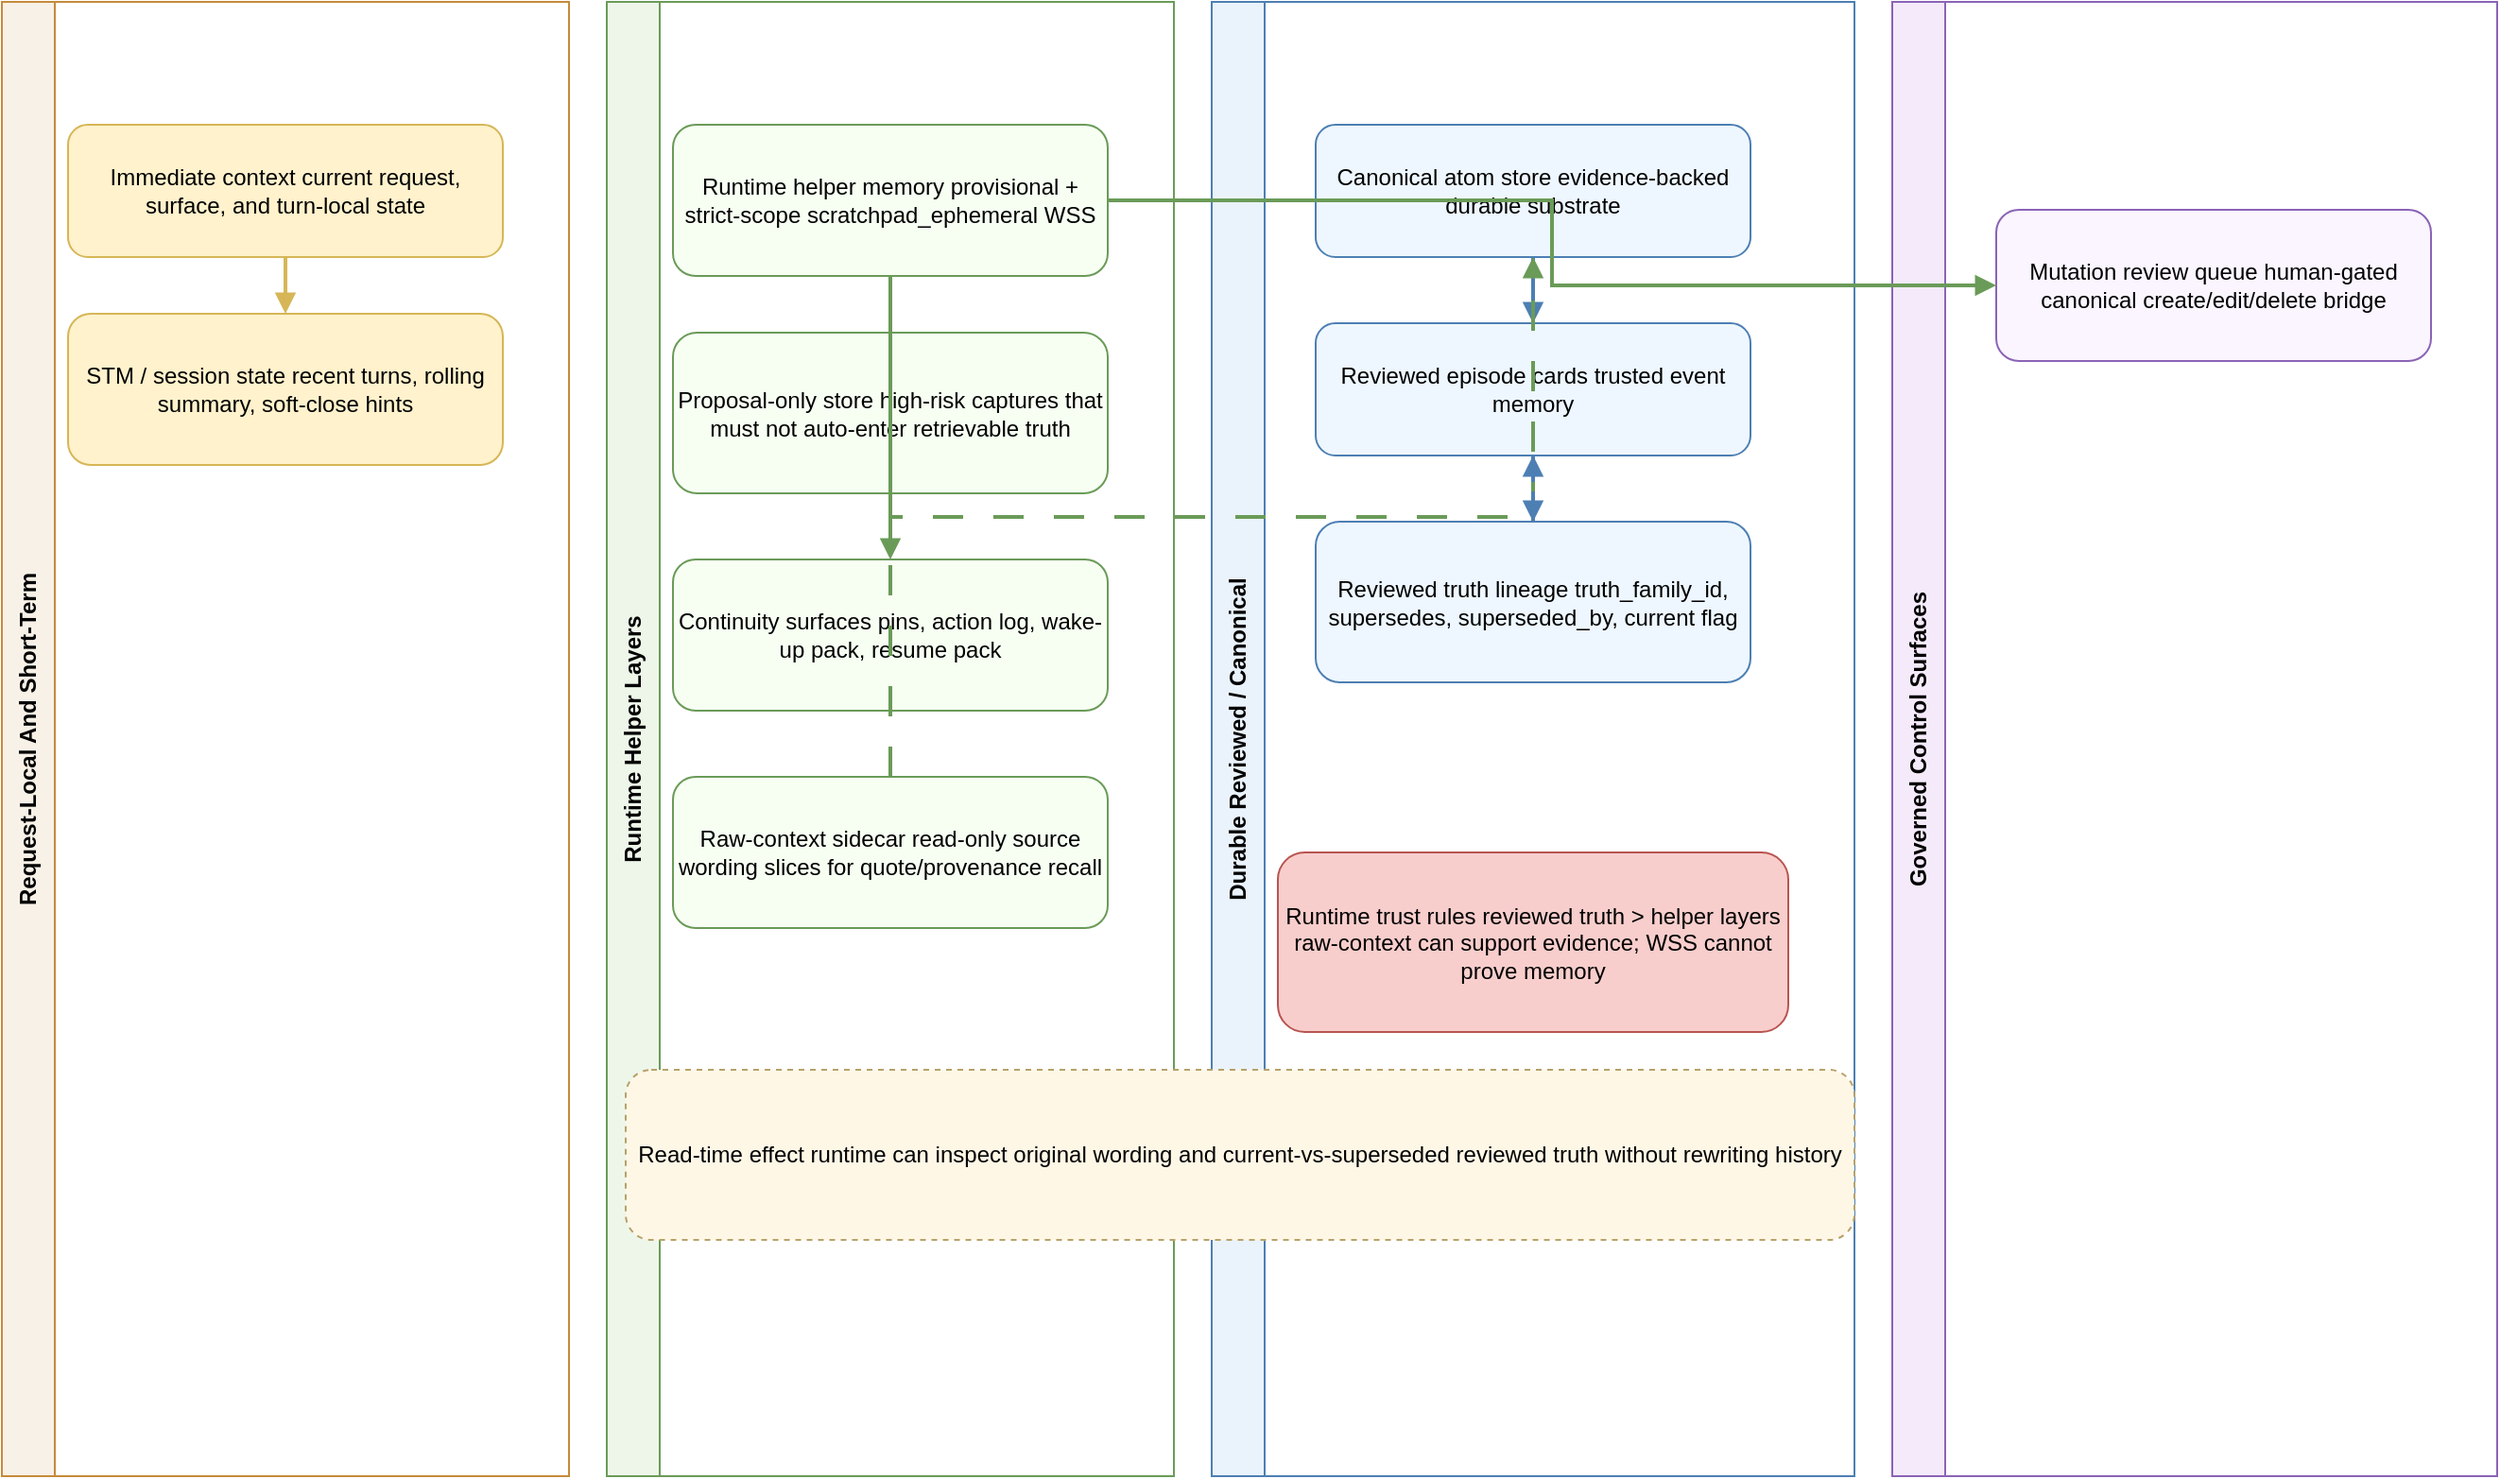
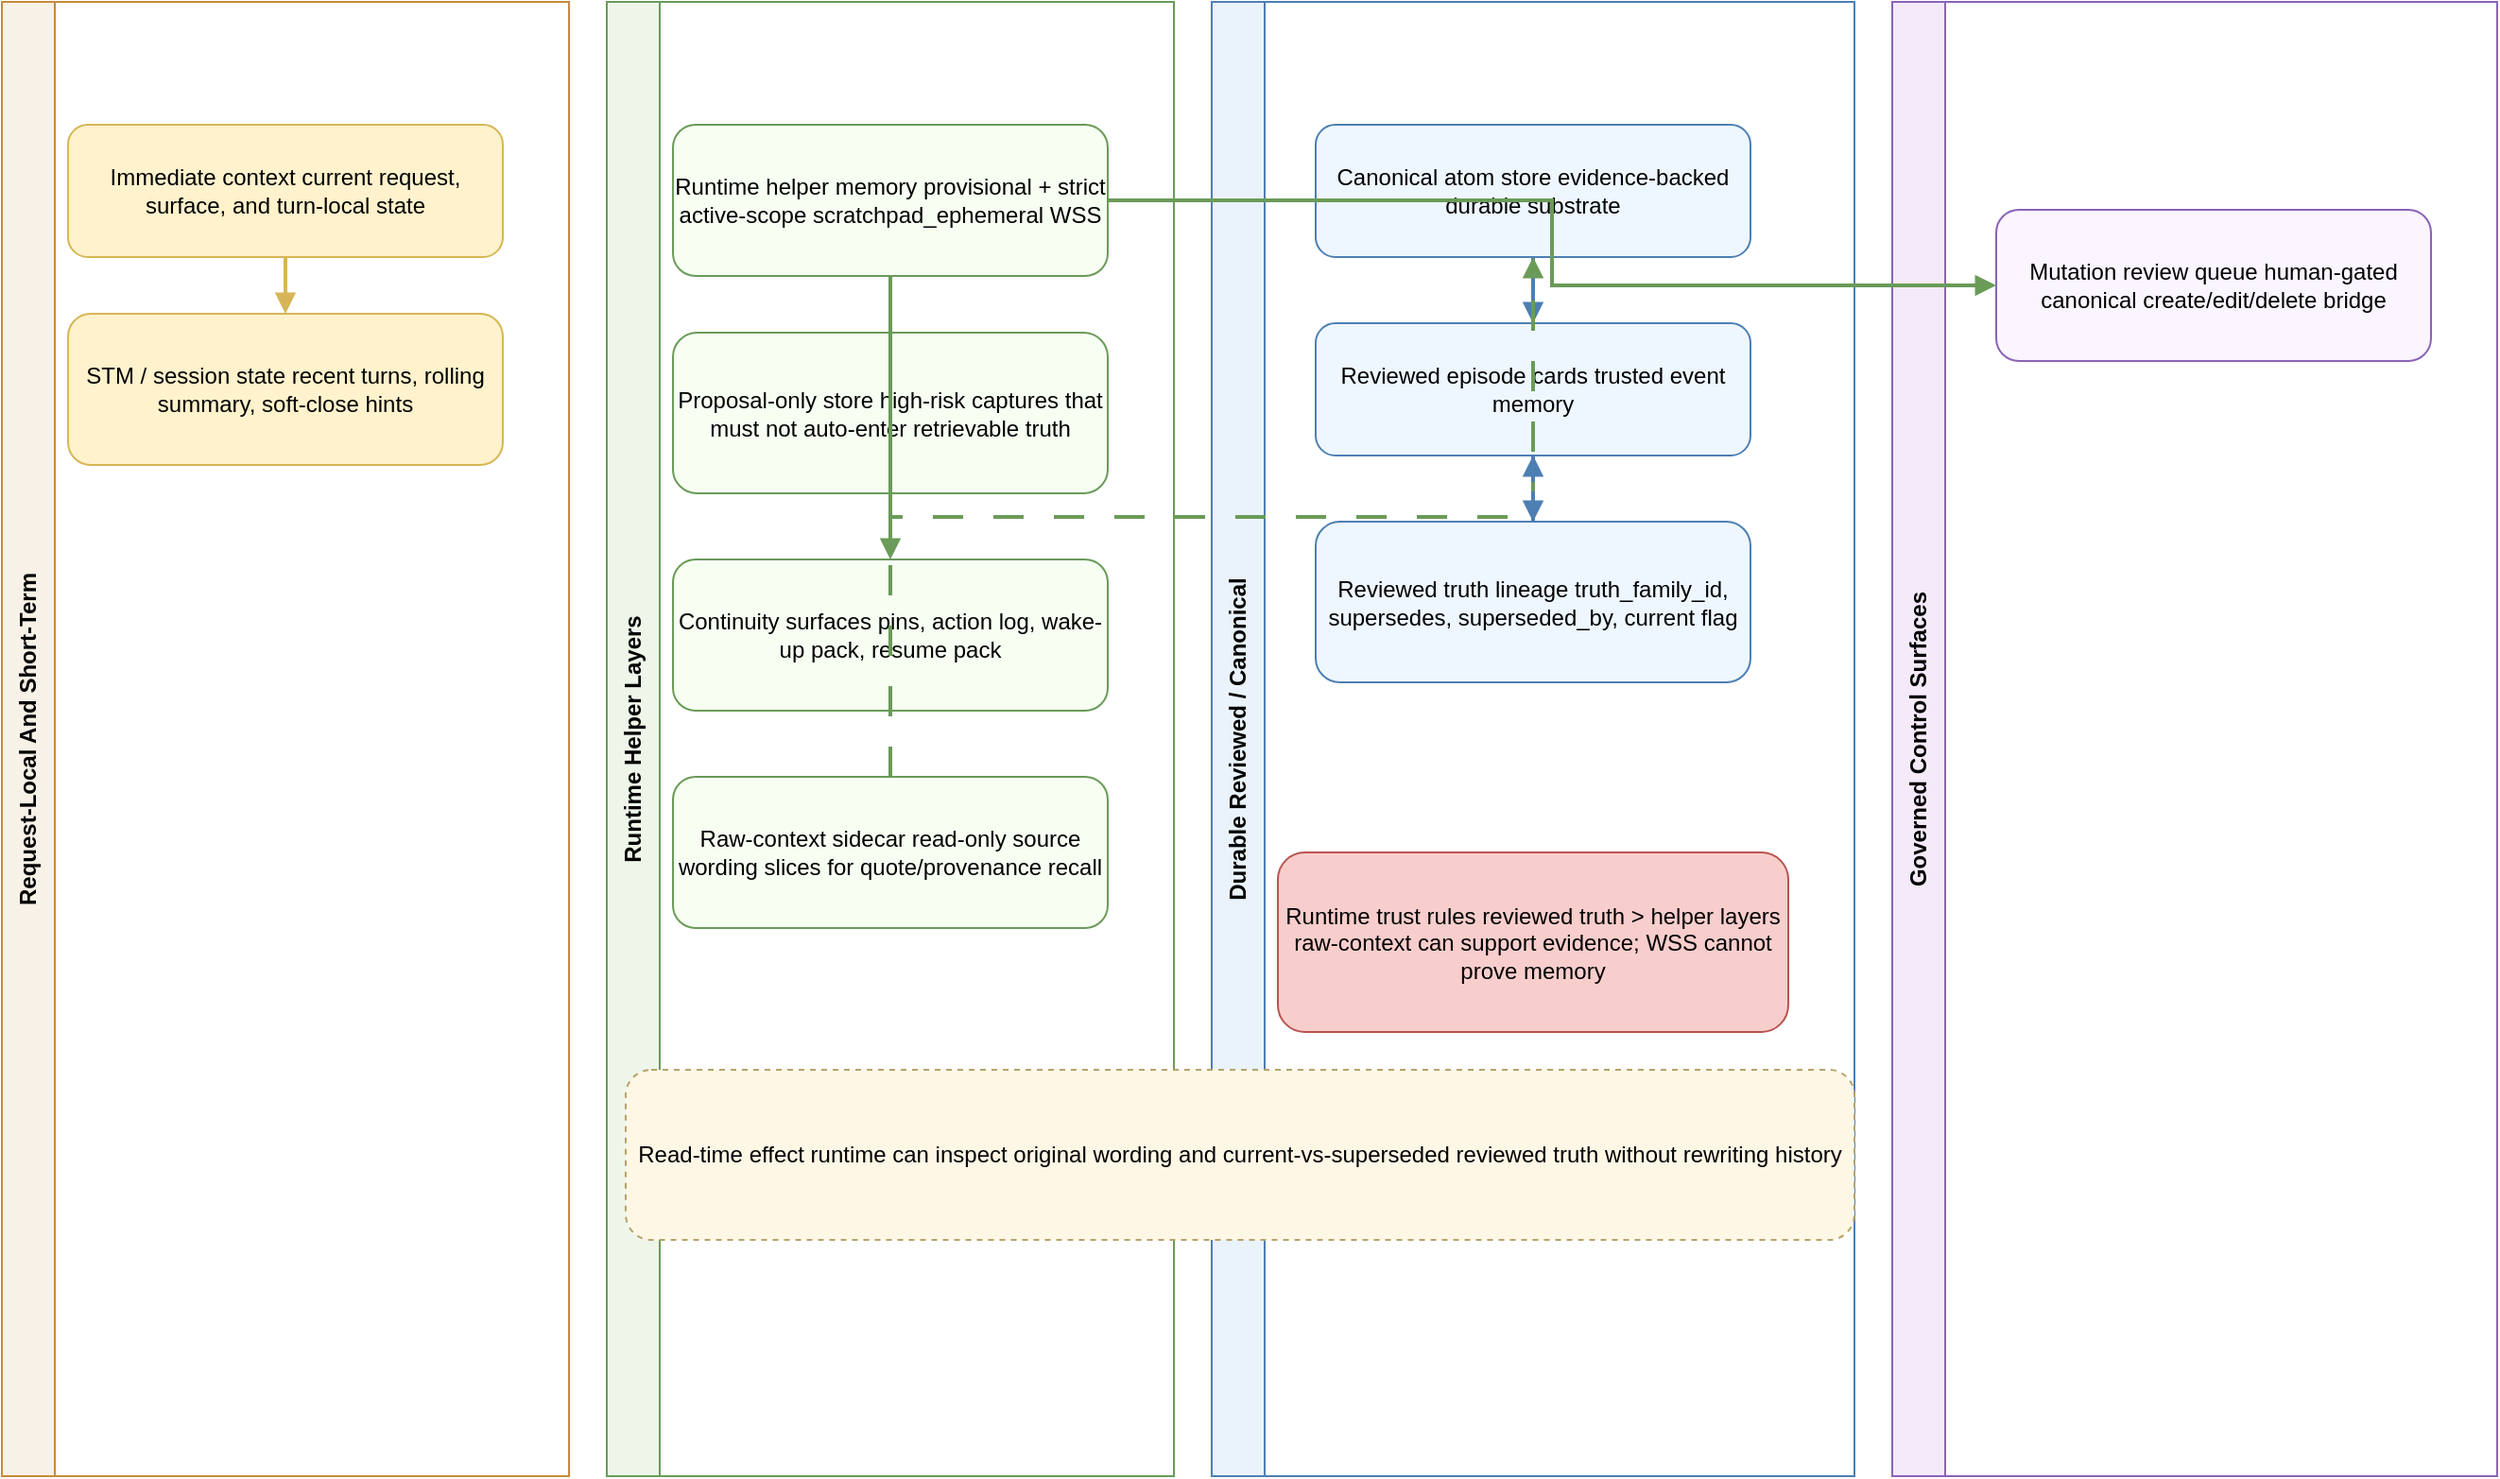
<mxfile host="app.diagrams.net" modified="2026-04-12T23:30:00.000Z" agent="Codex" version="24.7.17">
  <diagram id="current-runtime-memory" name="Engineering Runtime Memory Layers">
    <mxGraphModel dx="1650" dy="1000" grid="1" gridSize="10" guides="1" tooltips="1" connect="1" arrows="1" fold="1" page="1" pageScale="1" pageWidth="1600" pageHeight="980" math="0" shadow="0">
      <root>
        <mxCell id="0" />
        <mxCell id="1" parent="0" />
        <mxCell id="lane1" value="Request-Local And Short-Term" style="swimlane;whiteSpace=wrap;html=1;rounded=0;horizontal=0;startSize=28;fontStyle=1;fillColor=#f8f1e7;strokeColor=#c58b3a;" vertex="1" parent="1">
          <mxGeometry x="20" y="20" width="300" height="780" as="geometry" />
        </mxCell>
        <mxCell id="lane2" value="Runtime Helper Layers" style="swimlane;whiteSpace=wrap;html=1;rounded=0;horizontal=0;startSize=28;fontStyle=1;fillColor=#eef6ea;strokeColor=#6a9b58;" vertex="1" parent="1">
          <mxGeometry x="340" y="20" width="300" height="780" as="geometry" />
        </mxCell>
        <mxCell id="lane3" value="Durable Reviewed / Canonical" style="swimlane;whiteSpace=wrap;html=1;rounded=0;horizontal=0;startSize=28;fontStyle=1;fillColor=#eaf3fb;strokeColor=#4d7fb3;" vertex="1" parent="1">
          <mxGeometry x="660" y="20" width="340" height="780" as="geometry" />
        </mxCell>
        <mxCell id="lane4" value="Governed Control Surfaces" style="swimlane;whiteSpace=wrap;html=1;rounded=0;horizontal=0;startSize=28;fontStyle=1;fillColor=#f4eafa;strokeColor=#8b63b6;" vertex="1" parent="1">
          <mxGeometry x="1020" y="20" width="320" height="780" as="geometry" />
        </mxCell>
        <mxCell id="ra" value="Immediate context&amp;#10;current request, surface, and turn-local state" style="rounded=1;whiteSpace=wrap;html=1;fillColor=#fff2cc;strokeColor=#d6b656;" vertex="1" parent="1">
          <mxGeometry x="55" y="85" width="230" height="70" as="geometry" />
        </mxCell>
        <mxCell id="rb" value="STM / session state&amp;#10;recent turns, rolling summary, soft-close hints" style="rounded=1;whiteSpace=wrap;html=1;fillColor=#fff2cc;strokeColor=#d6b656;" vertex="1" parent="1">
          <mxGeometry x="55" y="185" width="230" height="80" as="geometry" />
        </mxCell>
-         <mxCell id="rc" value="Runtime helper memory&amp;#10;provisional + strict-scope scratchpad_ephemeral WSS" style="rounded=1;whiteSpace=wrap;html=1;fillColor=#f7fff3;strokeColor=#6a9b58;" vertex="1" parent="1">
+         <mxCell id="rc" value="Runtime helper memory&amp;#10;provisional + strict active-scope scratchpad_ephemeral WSS" style="rounded=1;whiteSpace=wrap;html=1;fillColor=#f7fff3;strokeColor=#6a9b58;" vertex="1" parent="1">
          <mxGeometry x="375" y="85" width="230" height="80" as="geometry" />
        </mxCell>
        <mxCell id="rd" value="Proposal-only store&amp;#10;high-risk captures that must not auto-enter retrievable truth" style="rounded=1;whiteSpace=wrap;html=1;fillColor=#f7fff3;strokeColor=#6a9b58;" vertex="1" parent="1">
          <mxGeometry x="375" y="195" width="230" height="85" as="geometry" />
        </mxCell>
        <mxCell id="re" value="Continuity surfaces&amp;#10;pins, action log, wake-up pack, resume pack" style="rounded=1;whiteSpace=wrap;html=1;fillColor=#f7fff3;strokeColor=#6a9b58;" vertex="1" parent="1">
          <mxGeometry x="375" y="315" width="230" height="80" as="geometry" />
        </mxCell>
        <mxCell id="rf" value="Raw-context sidecar&amp;#10;read-only source wording slices for quote/provenance recall" style="rounded=1;whiteSpace=wrap;html=1;fillColor=#f7fff3;strokeColor=#6a9b58;" vertex="1" parent="1">
          <mxGeometry x="375" y="430" width="230" height="80" as="geometry" />
        </mxCell>
        <mxCell id="rg" value="Canonical atom store&amp;#10;evidence-backed durable substrate" style="rounded=1;whiteSpace=wrap;html=1;fillColor=#eef7ff;strokeColor=#4d7fb3;" vertex="1" parent="1">
          <mxGeometry x="715" y="85" width="230" height="70" as="geometry" />
        </mxCell>
        <mxCell id="rh" value="Reviewed episode cards&amp;#10;trusted event memory" style="rounded=1;whiteSpace=wrap;html=1;fillColor=#eef7ff;strokeColor=#4d7fb3;" vertex="1" parent="1">
          <mxGeometry x="715" y="190" width="230" height="70" as="geometry" />
        </mxCell>
        <mxCell id="ri" value="Reviewed truth lineage&amp;#10;truth_family_id, supersedes, superseded_by, current flag" style="rounded=1;whiteSpace=wrap;html=1;fillColor=#eef7ff;strokeColor=#4d7fb3;" vertex="1" parent="1">
          <mxGeometry x="715" y="295" width="230" height="85" as="geometry" />
        </mxCell>
        <mxCell id="rj" value="Mutation review queue&amp;#10;human-gated canonical create/edit/delete bridge" style="rounded=1;whiteSpace=wrap;html=1;fillColor=#faf5ff;strokeColor=#8b63b6;" vertex="1" parent="1">
          <mxGeometry x="1075" y="130" width="230" height="80" as="geometry" />
        </mxCell>
        <mxCell id="rk" value="Runtime trust rules&amp;#10;reviewed truth &amp;gt; helper layers&amp;#10;raw-context can support evidence; WSS cannot prove memory" style="rounded=1;whiteSpace=wrap;html=1;fillColor=#f8cecc;strokeColor=#b85450;" vertex="1" parent="1">
          <mxGeometry x="695" y="470" width="270" height="95" as="geometry" />
        </mxCell>
        <mxCell id="rl" value="Read-time effect&amp;#10;runtime can inspect original wording and current-vs-superseded reviewed truth without rewriting history" style="rounded=1;whiteSpace=wrap;html=1;fillColor=#fff7e6;strokeColor=#b7a26a;dashed=1;fontStyle=0;" vertex="1" parent="1">
          <mxGeometry x="350" y="585" width="650" height="90" as="geometry" />
        </mxCell>
        <mxCell id="e2" edge="1" parent="1" source="ra" target="rb" style="edgeStyle=orthogonalEdgeStyle;orthogonalLoop=1;jettySize=auto;jumpStyle=arc;jumpSize=6;endArrow=block;endFill=1;html=1;rounded=0;strokeWidth=2;strokeColor=#d6b656;entryX=0.5;entryY=0;entryPerimeter=1;exitX=0.5;exitY=1;exitPerimeter=1;">
          <mxGeometry relative="1" as="geometry" />
        </mxCell>
        <mxCell id="e3" edge="1" parent="1" source="rc" target="re" style="edgeStyle=orthogonalEdgeStyle;orthogonalLoop=1;jettySize=auto;jumpStyle=arc;jumpSize=6;endArrow=block;endFill=1;html=1;rounded=0;strokeWidth=2;strokeColor=#6a9b58;entryX=0.5;entryY=0;entryPerimeter=1;exitX=0.5;exitY=1;exitPerimeter=1;">
          <mxGeometry relative="1" as="geometry" />
        </mxCell>
        <mxCell id="e4" edge="1" parent="1" source="rg" target="rh" style="edgeStyle=orthogonalEdgeStyle;orthogonalLoop=1;jettySize=auto;jumpStyle=arc;jumpSize=6;endArrow=block;endFill=1;html=1;rounded=0;strokeWidth=2;strokeColor=#4d7fb3;entryX=0.5;entryY=0;entryPerimeter=1;exitX=0.5;exitY=1;exitPerimeter=1;">
          <mxGeometry relative="1" as="geometry" />
        </mxCell>
        <mxCell id="e5" edge="1" parent="1" source="rh" target="ri" style="edgeStyle=orthogonalEdgeStyle;orthogonalLoop=1;jettySize=auto;jumpStyle=arc;jumpSize=6;endArrow=block;endFill=1;html=1;rounded=0;strokeWidth=2;strokeColor=#4d7fb3;entryX=0.5;entryY=0;entryPerimeter=1;exitX=0.5;exitY=1;exitPerimeter=1;">
          <mxGeometry relative="1" as="geometry" />
        </mxCell>
        <mxCell id="e6" edge="1" parent="1" source="rc" target="rj" style="edgeStyle=orthogonalEdgeStyle;orthogonalLoop=1;jettySize=auto;jumpStyle=arc;jumpSize=6;endArrow=block;endFill=1;html=1;rounded=0;strokeWidth=2;strokeColor=#6a9b58;entryX=0;entryY=0.5;entryPerimeter=1;exitX=1;exitY=0.5;exitPerimeter=1;">
          <mxGeometry relative="1" as="geometry" />
        </mxCell>
        <mxCell id="e7" edge="1" parent="1" source="rf" target="rg" style="edgeStyle=orthogonalEdgeStyle;orthogonalLoop=1;jettySize=auto;jumpStyle=arc;jumpSize=6;endArrow=block;endFill=1;html=1;rounded=0;strokeWidth=2;strokeColor=#6a9b58;dashed=1;dashPattern=8 8;entryX=0.5;entryY=1;entryPerimeter=1;exitX=0.5;exitY=0;exitPerimeter=1;">
          <mxGeometry relative="1" as="geometry" />
        </mxCell>
        <mxCell id="e8" edge="1" parent="1" source="ri" target="rh" style="edgeStyle=orthogonalEdgeStyle;orthogonalLoop=1;jettySize=auto;jumpStyle=arc;jumpSize=6;endArrow=block;endFill=1;html=1;rounded=0;strokeWidth=2;strokeColor=#4d7fb3;dashed=1;dashPattern=8 8;entryX=0.5;entryY=1;entryPerimeter=1;exitX=0.5;exitY=0;exitPerimeter=1;">
          <mxGeometry relative="1" as="geometry" />
        </mxCell>
      </root>
    </mxGraphModel>
  </diagram>
  <diagram id="current-runtime-decision" name="Engineering Runtime Decision And Evidence Flow">
    <mxGraphModel dx="1850" dy="1150" grid="1" gridSize="10" guides="1" tooltips="1" connect="1" arrows="1" fold="1" page="1" pageScale="1" pageWidth="1800" pageHeight="1100" math="0" shadow="0">
      <root>
        <mxCell id="0" />
        <mxCell id="1" parent="0" />
        <mxCell id="lane1" value="Entry And Routing" style="swimlane;whiteSpace=wrap;html=1;rounded=0;horizontal=0;startSize=28;fontStyle=1;fillColor=#f8f1e7;strokeColor=#c58b3a;" vertex="1" parent="1">
          <mxGeometry x="20" y="20" width="290" height="860" as="geometry" />
        </mxCell>
        <mxCell id="lane2" value="Retrieval And Assembly" style="swimlane;whiteSpace=wrap;html=1;rounded=0;horizontal=0;startSize=28;fontStyle=1;fillColor=#eef6ea;strokeColor=#6a9b58;" vertex="1" parent="1">
          <mxGeometry x="330" y="20" width="420" height="860" as="geometry" />
        </mxCell>
        <mxCell id="lane3" value="Evidence, Verification, Response" style="swimlane;whiteSpace=wrap;html=1;rounded=0;horizontal=0;startSize=28;fontStyle=1;fillColor=#eaf3fb;strokeColor=#4d7fb3;" vertex="1" parent="1">
          <mxGeometry x="770" y="20" width="420" height="860" as="geometry" />
        </mxCell>
        <mxCell id="lane4" value="Writeback And Governance" style="swimlane;whiteSpace=wrap;html=1;rounded=0;horizontal=0;startSize=28;fontStyle=1;fillColor=#f4eafa;strokeColor=#8b63b6;" vertex="1" parent="1">
          <mxGeometry x="1210" y="20" width="330" height="860" as="geometry" />
        </mxCell>
        <mxCell id="d1" value="Incoming turn&amp;#10;desktop / integration-v1 / MCP / adapter / local chat" style="rounded=1;whiteSpace=wrap;html=1;fillColor=#fff2cc;strokeColor=#d6b656;" vertex="1" parent="1">
          <mxGeometry x="55" y="90" width="220" height="70" as="geometry" />
        </mxCell>
        <mxCell id="d2" value="Runtime router + query shaping&amp;#10;none / stm_only / ltm_light / ltm_deep / hybrid" style="rounded=1;whiteSpace=wrap;html=1;fillColor=#fff2cc;strokeColor=#d6b656;" vertex="1" parent="1">
          <mxGeometry x="55" y="195" width="220" height="80" as="geometry" />
        </mxCell>
        <mxCell id="d3" value="STM retrieval&amp;#10;short-thread overlap and summary fit" style="rounded=1;whiteSpace=wrap;html=1;fillColor=#d5e8d4;strokeColor=#82b366;" vertex="1" parent="1">
          <mxGeometry x="365" y="80" width="250" height="70" as="geometry" />
        </mxCell>
        <mxCell id="d4" value="LTM retrieval&amp;#10;atoms + reviewed cards + retrieval helper layers" style="rounded=1;whiteSpace=wrap;html=1;fillColor=#d5e8d4;strokeColor=#82b366;" vertex="1" parent="1">
          <mxGeometry x="365" y="180" width="250" height="70" as="geometry" />
        </mxCell>
        <mxCell id="d5" value="ANN candidate helper&amp;#10;bounded additive shortlist assist only" style="rounded=1;whiteSpace=wrap;html=1;fillColor=#d5e8d4;strokeColor=#82b366;" vertex="1" parent="1">
          <mxGeometry x="365" y="280" width="250" height="70" as="geometry" />
        </mxCell>
        <mxCell id="d6" value="Lineage-aware reviewed resolution&amp;#10;current reviewed truth outranks older superseded reviewed cards" style="rounded=1;whiteSpace=wrap;html=1;fillColor=#d5e8d4;strokeColor=#82b366;" vertex="1" parent="1">
          <mxGeometry x="365" y="380" width="250" height="85" as="geometry" />
        </mxCell>
        <mxCell id="d7" value="Fusion + guarded shortlist&amp;#10;shared-rule ranking, support, and tie-breaks" style="rounded=1;whiteSpace=wrap;html=1;fillColor=#d5e8d4;strokeColor=#82b366;" vertex="1" parent="1">
          <mxGeometry x="365" y="495" width="250" height="75" as="geometry" />
        </mxCell>
-         <mxCell id="d8" value="Context package assembly&amp;#10;bounded evidence + WSS only when strict scope is present" style="rounded=1;whiteSpace=wrap;html=1;fillColor=#dae8fc;strokeColor=#6c8ebf;" vertex="1" parent="1">
+         <mxCell id="d8" value="Context package assembly&amp;#10;bounded evidence + WSS only when strict active scope is present" style="rounded=1;whiteSpace=wrap;html=1;fillColor=#dae8fc;strokeColor=#6c8ebf;" vertex="1" parent="1">
          <mxGeometry x="815" y="110" width="280" height="80" as="geometry" />
        </mxCell>
        <mxCell id="d9" value="Raw-context quote / provenance expansion&amp;#10;only for explicit wording or source-context requests" style="rounded=1;whiteSpace=wrap;html=1;fillColor=#dae8fc;strokeColor=#6c8ebf;" vertex="1" parent="1">
          <mxGeometry x="815" y="225" width="280" height="80" as="geometry" />
        </mxCell>
        <mxCell id="d10" value="Verifier and answer path&amp;#10;PASS / ABSTAIN / CLARIFY / NO_MEMORY" style="rounded=1;whiteSpace=wrap;html=1;fillColor=#dae8fc;strokeColor=#6c8ebf;" vertex="1" parent="1">
          <mxGeometry x="815" y="340" width="280" height="80" as="geometry" />
        </mxCell>
        <mxCell id="d11" value="Final output surface&amp;#10;answer text + memory cards + citations + why data" style="rounded=1;whiteSpace=wrap;html=1;fillColor=#dae8fc;strokeColor=#6c8ebf;" vertex="1" parent="1">
          <mxGeometry x="815" y="455" width="280" height="80" as="geometry" />
        </mxCell>
        <mxCell id="d12" value="Post-turn capture&amp;#10;STM update + low-risk provisional capture" style="rounded=1;whiteSpace=wrap;html=1;fillColor=#faf5ff;strokeColor=#8b63b6;" vertex="1" parent="1">
          <mxGeometry x="1255" y="120" width="240" height="75" as="geometry" />
        </mxCell>
        <mxCell id="d13" value="Proposal-only writeback&amp;#10;high-risk memory stays gated" style="rounded=1;whiteSpace=wrap;html=1;fillColor=#faf5ff;strokeColor=#8b63b6;" vertex="1" parent="1">
          <mxGeometry x="1255" y="230" width="240" height="75" as="geometry" />
        </mxCell>
        <mxCell id="d14" value="Human review / resolve&amp;#10;durable truth changes still require explicit review" style="rounded=1;whiteSpace=wrap;html=1;fillColor=#faf5ff;strokeColor=#8b63b6;" vertex="1" parent="1">
          <mxGeometry x="1255" y="340" width="240" height="80" as="geometry" />
        </mxCell>
        <mxCell id="d15" value="Key rule&amp;#10;retrieval success does not equal truth authority; scratchpad_ephemeral WSS cannot replace reviewed truth" style="rounded=1;whiteSpace=wrap;html=1;fillColor=#f8cecc;strokeColor=#b85450;" vertex="1" parent="1">
          <mxGeometry x="800" y="590" width="310" height="95" as="geometry" />
        </mxCell>
        <mxCell id="e2" edge="1" parent="1" source="d1" target="d2" style="edgeStyle=orthogonalEdgeStyle;orthogonalLoop=1;jettySize=auto;jumpStyle=arc;jumpSize=6;endArrow=block;endFill=1;html=1;rounded=0;strokeWidth=2;strokeColor=#d6b656;entryX=0.5;entryY=0;entryPerimeter=1;exitX=0.5;exitY=1;exitPerimeter=1;">
          <mxGeometry relative="1" as="geometry" />
        </mxCell>
        <mxCell id="e3" edge="1" parent="1" source="d2" target="d3" style="edgeStyle=orthogonalEdgeStyle;orthogonalLoop=1;jettySize=auto;jumpStyle=arc;jumpSize=6;endArrow=block;endFill=1;html=1;rounded=0;strokeWidth=2;strokeColor=#d6b656;entryX=0;entryY=0.5;entryPerimeter=1;exitX=1;exitY=0.5;exitPerimeter=1;">
          <mxGeometry relative="1" as="geometry" />
        </mxCell>
        <mxCell id="e4" edge="1" parent="1" source="d2" target="d4" style="edgeStyle=orthogonalEdgeStyle;orthogonalLoop=1;jettySize=auto;jumpStyle=arc;jumpSize=6;endArrow=block;endFill=1;html=1;rounded=0;strokeWidth=2;strokeColor=#d6b656;entryX=0;entryY=0.5;entryPerimeter=1;exitX=1;exitY=0.5;exitPerimeter=1;">
          <mxGeometry relative="1" as="geometry" />
        </mxCell>
        <mxCell id="e5" edge="1" parent="1" source="d4" target="d5" style="edgeStyle=orthogonalEdgeStyle;orthogonalLoop=1;jettySize=auto;jumpStyle=arc;jumpSize=6;endArrow=block;endFill=1;html=1;rounded=0;strokeWidth=2;strokeColor=#82b366;entryX=0.5;entryY=0;entryPerimeter=1;exitX=0.5;exitY=1;exitPerimeter=1;">
          <mxGeometry relative="1" as="geometry" />
        </mxCell>
        <mxCell id="e6" edge="1" parent="1" source="d4" target="d6" style="edgeStyle=orthogonalEdgeStyle;orthogonalLoop=1;jettySize=auto;jumpStyle=arc;jumpSize=6;endArrow=block;endFill=1;html=1;rounded=0;strokeWidth=2;strokeColor=#82b366;entryX=0.5;entryY=0;entryPerimeter=1;exitX=0.5;exitY=1;exitPerimeter=1;">
          <mxGeometry relative="1" as="geometry" />
        </mxCell>
        <mxCell id="e7" edge="1" parent="1" source="d3" target="d7" style="edgeStyle=orthogonalEdgeStyle;orthogonalLoop=1;jettySize=auto;jumpStyle=arc;jumpSize=6;endArrow=block;endFill=1;html=1;rounded=0;strokeWidth=2;strokeColor=#82b366;entryX=0.5;entryY=0;entryPerimeter=1;exitX=0.5;exitY=1;exitPerimeter=1;">
          <mxGeometry relative="1" as="geometry" />
        </mxCell>
        <mxCell id="e8" edge="1" parent="1" source="d5" target="d7" style="edgeStyle=orthogonalEdgeStyle;orthogonalLoop=1;jettySize=auto;jumpStyle=arc;jumpSize=6;endArrow=block;endFill=1;html=1;rounded=0;strokeWidth=2;strokeColor=#82b366;entryX=0.5;entryY=0;entryPerimeter=1;exitX=0.5;exitY=1;exitPerimeter=1;">
          <mxGeometry relative="1" as="geometry" />
        </mxCell>
        <mxCell id="e9" edge="1" parent="1" source="d6" target="d7" style="edgeStyle=orthogonalEdgeStyle;orthogonalLoop=1;jettySize=auto;jumpStyle=arc;jumpSize=6;endArrow=block;endFill=1;html=1;rounded=0;strokeWidth=2;strokeColor=#82b366;entryX=0.5;entryY=0;entryPerimeter=1;exitX=0.5;exitY=1;exitPerimeter=1;">
          <mxGeometry relative="1" as="geometry" />
        </mxCell>
        <mxCell id="e10" edge="1" parent="1" source="d7" target="d8" style="edgeStyle=orthogonalEdgeStyle;orthogonalLoop=1;jettySize=auto;jumpStyle=arc;jumpSize=6;endArrow=block;endFill=1;html=1;rounded=0;strokeWidth=2;strokeColor=#82b366;entryX=0;entryY=0.5;entryPerimeter=1;exitX=1;exitY=0.5;exitPerimeter=1;">
          <mxGeometry relative="1" as="geometry" />
        </mxCell>
        <mxCell id="e11" edge="1" parent="1" source="d8" target="d9" style="edgeStyle=orthogonalEdgeStyle;orthogonalLoop=1;jettySize=auto;jumpStyle=arc;jumpSize=6;endArrow=block;endFill=1;html=1;rounded=0;strokeWidth=2;strokeColor=#6c8ebf;entryX=0.5;entryY=0;entryPerimeter=1;exitX=0.5;exitY=1;exitPerimeter=1;">
          <mxGeometry relative="1" as="geometry" />
        </mxCell>
        <mxCell id="e12" edge="1" parent="1" source="d8" target="d10" style="edgeStyle=orthogonalEdgeStyle;orthogonalLoop=1;jettySize=auto;jumpStyle=arc;jumpSize=6;endArrow=block;endFill=1;html=1;rounded=0;strokeWidth=2;strokeColor=#6c8ebf;entryX=0.5;entryY=0;entryPerimeter=1;exitX=0.5;exitY=1;exitPerimeter=1;">
          <mxGeometry relative="1" as="geometry" />
        </mxCell>
        <mxCell id="e13" edge="1" parent="1" source="d9" target="d10" style="edgeStyle=orthogonalEdgeStyle;orthogonalLoop=1;jettySize=auto;jumpStyle=arc;jumpSize=6;endArrow=block;endFill=1;html=1;rounded=0;strokeWidth=2;strokeColor=#6c8ebf;entryX=0.5;entryY=0;entryPerimeter=1;exitX=0.5;exitY=1;exitPerimeter=1;">
          <mxGeometry relative="1" as="geometry" />
        </mxCell>
        <mxCell id="e14" edge="1" parent="1" source="d10" target="d11" style="edgeStyle=orthogonalEdgeStyle;orthogonalLoop=1;jettySize=auto;jumpStyle=arc;jumpSize=6;endArrow=block;endFill=1;html=1;rounded=0;strokeWidth=2;strokeColor=#6c8ebf;entryX=0.5;entryY=0;entryPerimeter=1;exitX=0.5;exitY=1;exitPerimeter=1;">
          <mxGeometry relative="1" as="geometry" />
        </mxCell>
        <mxCell id="e15" edge="1" parent="1" source="d11" target="d12" style="edgeStyle=orthogonalEdgeStyle;orthogonalLoop=1;jettySize=auto;jumpStyle=arc;jumpSize=6;endArrow=block;endFill=1;html=1;rounded=0;strokeWidth=2;strokeColor=#6c8ebf;entryX=0;entryY=0.5;entryPerimeter=1;exitX=1;exitY=0.5;exitPerimeter=1;">
          <mxGeometry relative="1" as="geometry" />
        </mxCell>
        <mxCell id="e16" edge="1" parent="1" source="d11" target="d13" style="edgeStyle=orthogonalEdgeStyle;orthogonalLoop=1;jettySize=auto;jumpStyle=arc;jumpSize=6;endArrow=block;endFill=1;html=1;rounded=0;strokeWidth=2;strokeColor=#6c8ebf;entryX=0;entryY=0.5;entryPerimeter=1;exitX=1;exitY=0.5;exitPerimeter=1;">
          <mxGeometry relative="1" as="geometry" />
        </mxCell>
        <mxCell id="e17" edge="1" parent="1" source="d13" target="d14" style="edgeStyle=orthogonalEdgeStyle;orthogonalLoop=1;jettySize=auto;jumpStyle=arc;jumpSize=6;endArrow=block;endFill=1;html=1;rounded=0;strokeWidth=2;strokeColor=#8b63b6;entryX=0.5;entryY=0;entryPerimeter=1;exitX=0.5;exitY=1;exitPerimeter=1;">
          <mxGeometry relative="1" as="geometry" />
        </mxCell>
      </root>
    </mxGraphModel>
  </diagram>
  <diagram id="current-runtime-caveman" name="Caveman Runtime Memory And Decision">
    <mxGraphModel dx="1500" dy="950" grid="1" gridSize="10" guides="1" tooltips="1" connect="1" arrows="1" fold="1" page="1" pageScale="1" pageWidth="1500" pageHeight="940" math="0" shadow="0">
      <root>
        <mxCell id="0" />
        <mxCell id="1" parent="0" />
        <mxCell id="v1" value="1. Someone asks MNO for memory help." style="rounded=1;whiteSpace=wrap;html=1;fillColor=#fff2cc;strokeColor=#d6b656;" vertex="1" parent="1">
          <mxGeometry x="70" y="90" width="240" height="70" as="geometry" />
        </mxCell>
        <mxCell id="v2" value="2. MNO checks the short-term chat stuff first.&amp;#10;STM = short-term memory for this session." style="rounded=1;whiteSpace=wrap;html=1;fillColor=#fff2cc;strokeColor=#d6b656;" vertex="1" parent="1">
          <mxGeometry x="360" y="90" width="260" height="80" as="geometry" />
        </mxCell>
        <mxCell id="v3" value="3. MNO checks trusted memory and evidence.&amp;#10;That means reviewed cards and atoms." style="rounded=1;whiteSpace=wrap;html=1;fillColor=#d5e8d4;strokeColor=#82b366;" vertex="1" parent="1">
          <mxGeometry x="680" y="90" width="280" height="80" as="geometry" />
        </mxCell>
        <mxCell id="v4" value="4. ANN helps find nearby candidates.&amp;#10;ANN = approximate nearest neighbor." style="rounded=1;whiteSpace=wrap;html=1;fillColor=#d5e8d4;strokeColor=#82b366;" vertex="1" parent="1">
          <mxGeometry x="1020" y="90" width="260" height="80" as="geometry" />
        </mxCell>
        <mxCell id="v5" value="5. If you ask for exact wording, MNO can open the wording receipt lane." style="rounded=1;whiteSpace=wrap;html=1;fillColor=#dae8fc;strokeColor=#6c8ebf;" vertex="1" parent="1">
          <mxGeometry x="120" y="280" width="300" height="90" as="geometry" />
        </mxCell>
        <mxCell id="v6" value="6. If old and corrected reviewed cards exist, MNO prefers the current reviewed one." style="rounded=1;whiteSpace=wrap;html=1;fillColor=#dae8fc;strokeColor=#6c8ebf;" vertex="1" parent="1">
          <mxGeometry x="470" y="280" width="320" height="90" as="geometry" />
        </mxCell>
        <mxCell id="v7" value="7. MNO builds a bounded evidence bundle, not a giant raw dump." style="rounded=1;whiteSpace=wrap;html=1;fillColor=#dae8fc;strokeColor=#6c8ebf;" vertex="1" parent="1">
          <mxGeometry x="850" y="280" width="300" height="80" as="geometry" />
        </mxCell>
        <mxCell id="v8" value="8. MNO answers, abstains, or asks you to clarify." style="rounded=1;whiteSpace=wrap;html=1;fillColor=#dae8fc;strokeColor=#6c8ebf;" vertex="1" parent="1">
          <mxGeometry x="285" y="470" width="280" height="80" as="geometry" />
        </mxCell>
        <mxCell id="v9" value="9. New risky memory still goes to proposal/review, not straight to truth." style="rounded=1;whiteSpace=wrap;html=1;fillColor=#fce5f1;strokeColor=#b8549e;" vertex="1" parent="1">
          <mxGeometry x="655" y="470" width="340" height="90" as="geometry" />
        </mxCell>
        <mxCell id="v10" value="Words to know&amp;#10;MCP = Model Context Protocol&amp;#10;ANN = approximate nearest neighbor&amp;#10;STM = short-term memory&amp;#10;WSS = work-session scratchpad" style="rounded=1;whiteSpace=wrap;html=1;fillColor=#e1d5e7;strokeColor=#9673a6;" vertex="1" parent="1">
          <mxGeometry x="490" y="630" width="320" height="100" as="geometry" />
        </mxCell>
        <mxCell id="e2" edge="1" parent="1" source="v1" target="v2" style="edgeStyle=orthogonalEdgeStyle;orthogonalLoop=1;jettySize=auto;jumpStyle=arc;jumpSize=6;endArrow=block;endFill=1;html=1;rounded=0;strokeWidth=2;strokeColor=#d6b656;entryX=0;entryY=0.5;entryPerimeter=1;exitX=1;exitY=0.5;exitPerimeter=1;">
          <mxGeometry relative="1" as="geometry" />
        </mxCell>
        <mxCell id="e3" edge="1" parent="1" source="v2" target="v3" style="edgeStyle=orthogonalEdgeStyle;orthogonalLoop=1;jettySize=auto;jumpStyle=arc;jumpSize=6;endArrow=block;endFill=1;html=1;rounded=0;strokeWidth=2;strokeColor=#d6b656;entryX=0;entryY=0.5;entryPerimeter=1;exitX=1;exitY=0.5;exitPerimeter=1;">
          <mxGeometry relative="1" as="geometry" />
        </mxCell>
        <mxCell id="e4" edge="1" parent="1" source="v3" target="v4" style="edgeStyle=orthogonalEdgeStyle;orthogonalLoop=1;jettySize=auto;jumpStyle=arc;jumpSize=6;endArrow=block;endFill=1;html=1;rounded=0;strokeWidth=2;strokeColor=#82b366;entryX=0;entryY=0.5;entryPerimeter=1;exitX=1;exitY=0.5;exitPerimeter=1;">
          <mxGeometry relative="1" as="geometry" />
        </mxCell>
        <mxCell id="e5" edge="1" parent="1" source="v4" target="v5" style="edgeStyle=orthogonalEdgeStyle;orthogonalLoop=1;jettySize=auto;jumpStyle=arc;jumpSize=6;endArrow=block;endFill=1;html=1;rounded=0;strokeWidth=2;strokeColor=#82b366;entryX=1;entryY=0.5;entryPerimeter=1;exitX=0;exitY=0.5;exitPerimeter=1;">
          <mxGeometry relative="1" as="geometry" />
        </mxCell>
        <mxCell id="e6" edge="1" parent="1" source="v4" target="v6" style="edgeStyle=orthogonalEdgeStyle;orthogonalLoop=1;jettySize=auto;jumpStyle=arc;jumpSize=6;endArrow=block;endFill=1;html=1;rounded=0;strokeWidth=2;strokeColor=#82b366;entryX=1;entryY=0.5;entryPerimeter=1;exitX=0;exitY=0.5;exitPerimeter=1;">
          <mxGeometry relative="1" as="geometry" />
        </mxCell>
        <mxCell id="e7" edge="1" parent="1" source="v5" target="v7" style="edgeStyle=orthogonalEdgeStyle;orthogonalLoop=1;jettySize=auto;jumpStyle=arc;jumpSize=6;endArrow=block;endFill=1;html=1;rounded=0;strokeWidth=2;strokeColor=#6c8ebf;entryX=0;entryY=0.5;entryPerimeter=1;exitX=1;exitY=0.5;exitPerimeter=1;">
          <mxGeometry relative="1" as="geometry" />
        </mxCell>
        <mxCell id="e8" edge="1" parent="1" source="v6" target="v7" style="edgeStyle=orthogonalEdgeStyle;orthogonalLoop=1;jettySize=auto;jumpStyle=arc;jumpSize=6;endArrow=block;endFill=1;html=1;rounded=0;strokeWidth=2;strokeColor=#6c8ebf;entryX=0;entryY=0.5;entryPerimeter=1;exitX=1;exitY=0.5;exitPerimeter=1;">
          <mxGeometry relative="1" as="geometry" />
        </mxCell>
        <mxCell id="e9" edge="1" parent="1" source="v7" target="v8" style="edgeStyle=orthogonalEdgeStyle;orthogonalLoop=1;jettySize=auto;jumpStyle=arc;jumpSize=6;endArrow=block;endFill=1;html=1;rounded=0;strokeWidth=2;strokeColor=#6c8ebf;entryX=1;entryY=0.5;entryPerimeter=1;exitX=0;exitY=0.5;exitPerimeter=1;">
          <mxGeometry relative="1" as="geometry" />
        </mxCell>
        <mxCell id="e10" edge="1" parent="1" source="v8" target="v9" style="edgeStyle=orthogonalEdgeStyle;orthogonalLoop=1;jettySize=auto;jumpStyle=arc;jumpSize=6;endArrow=block;endFill=1;html=1;rounded=0;strokeWidth=2;strokeColor=#6c8ebf;entryX=0;entryY=0.5;entryPerimeter=1;exitX=1;exitY=0.5;exitPerimeter=1;">
          <mxGeometry relative="1" as="geometry" />
        </mxCell>
      </root>
    </mxGraphModel>
  </diagram>
</mxfile>
